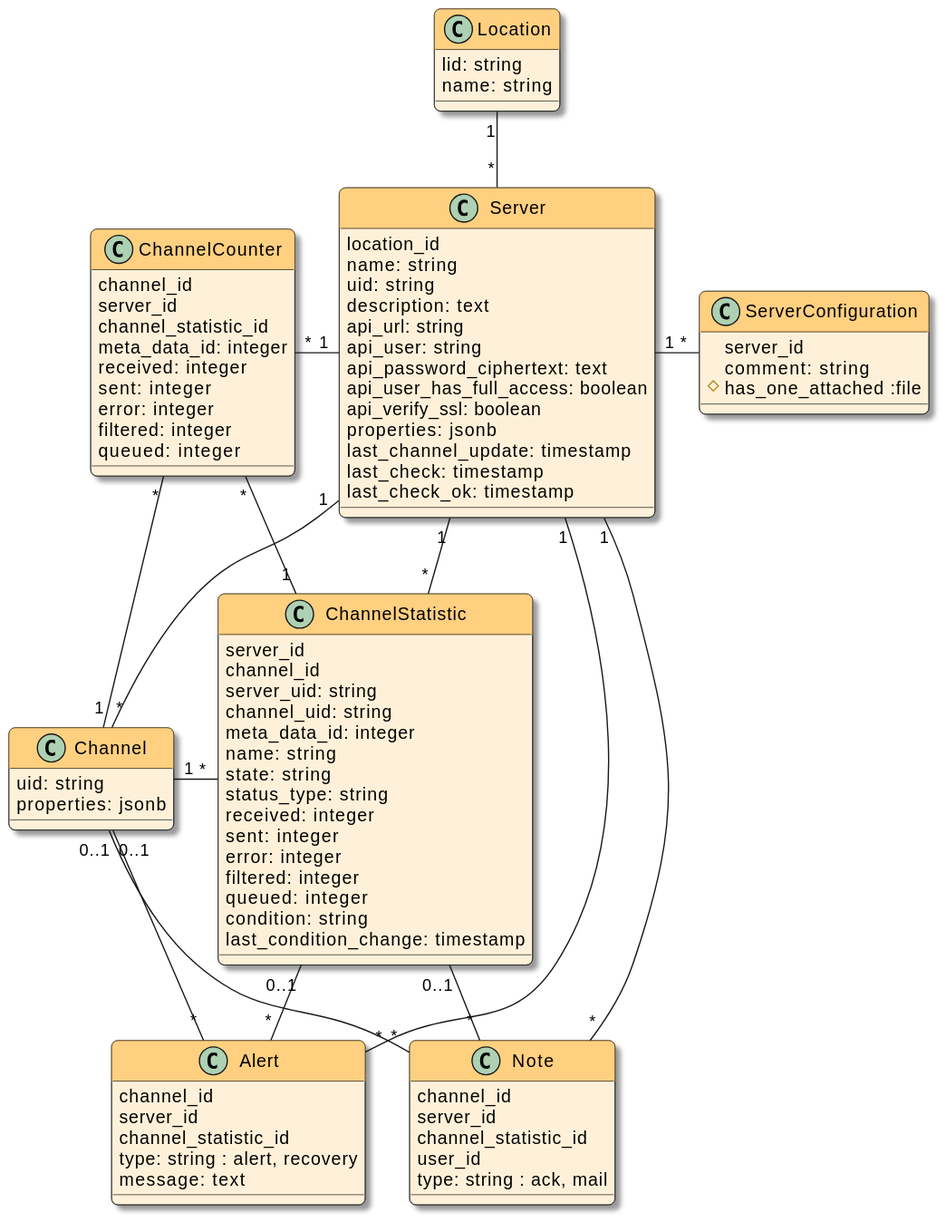
Earlier version of the PlantUML export doc/dev-notes/modules/ROOT/images/models.svg (swobspace/mirco).
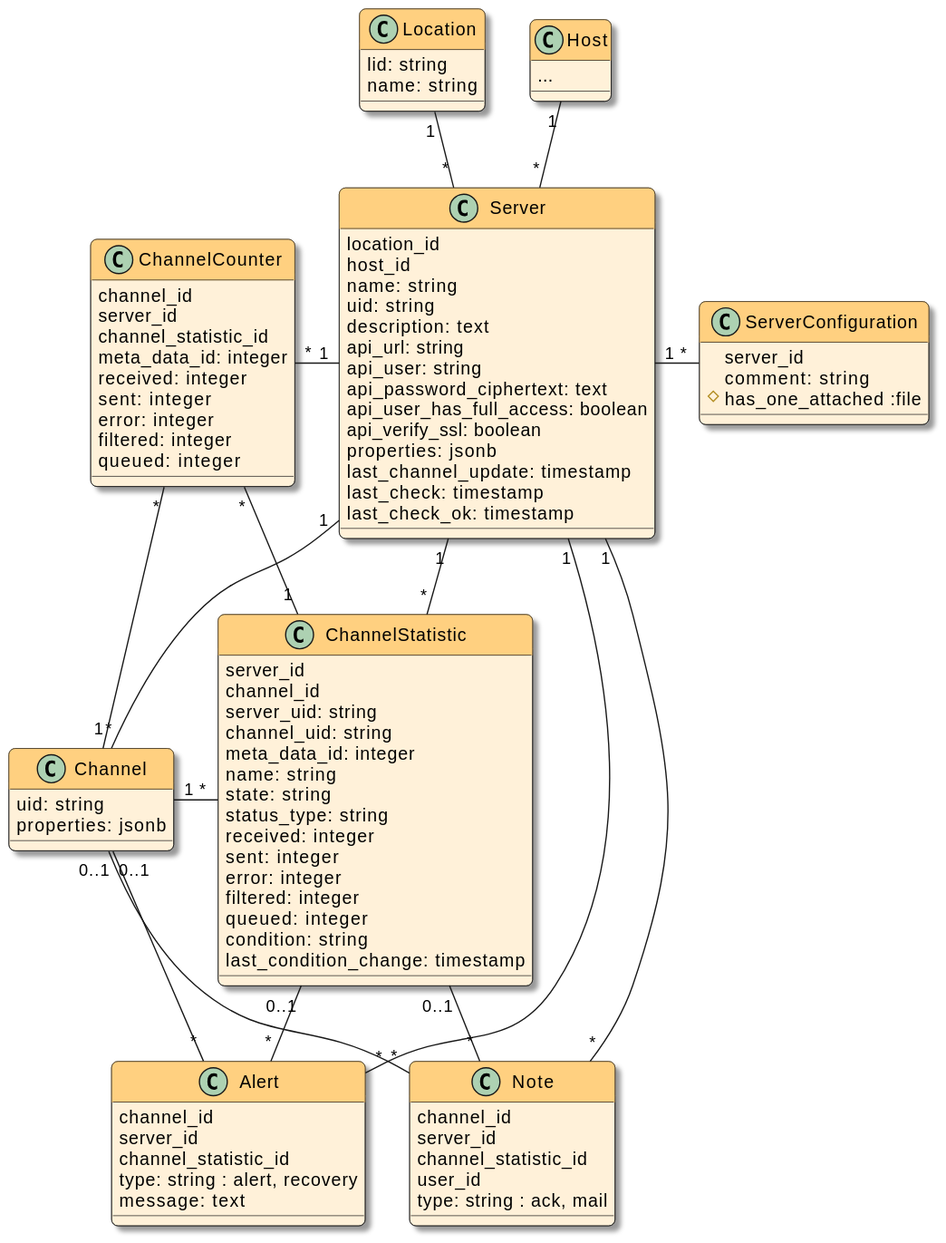
After the commit.

Commit message:
one host may have multiple (mirth) systems

The edit, as a diff of the source:
```diff
@@ -7,9 +7,13 @@
   lid: string
   name: string
 }
+class Host {
+  ...
+}
 
 class Server  {
   location_id
+  host_id
   name: string
   uid: string
   description: text
@@ -82,6 +86,7 @@
 }
 
 Location "1" -- "*" Server
+Host "1" -- "*" Server
 Server "1" -- "*" Channel
 Server "1" - "*" ServerConfiguration
 Server "1" - "*" ChannelStatistic
```
